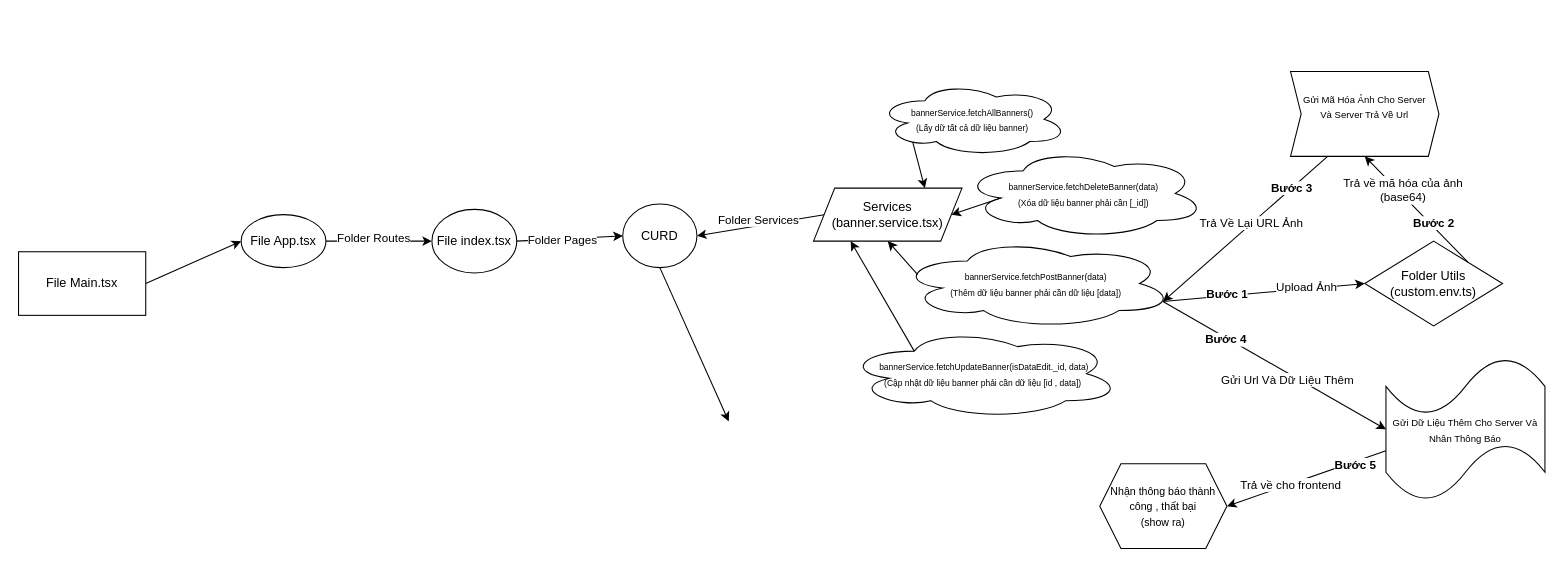
This is Biểu đồ không có tiêu đề.drawio from QuocHuy03/Electronic-Components, a draw.io file, before an edit. Source tidied: cells renumbered, new cells numbered last; positions are measured from the earlier drawing's top-left corner, leaving out a move shared by most shapes. Both pictures are drawn from the tidied source at 106%, with x=0, y=0 at pixel (18, 71).
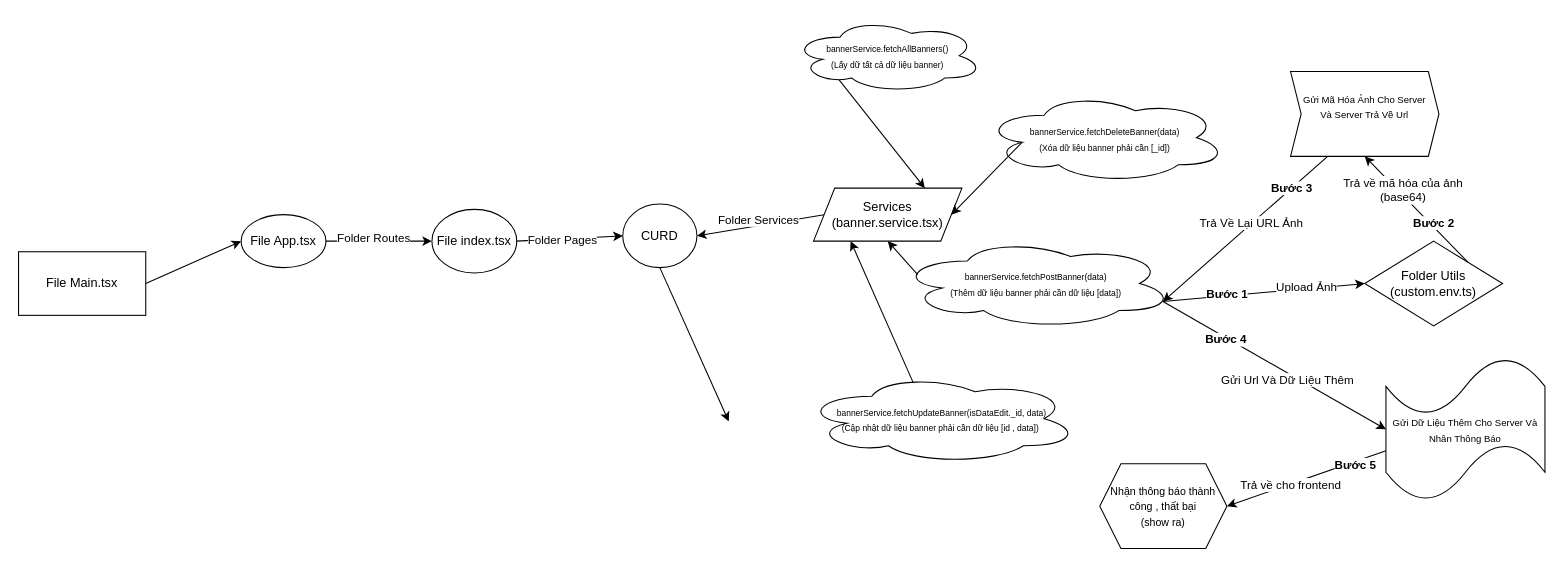
The same page after the edit.

Commit message (it also covers changes not shown here):
Cập nhật Biểu đồ không có tiêu đề.drawio

Unchanged cells that the change refers to:
```xml
<mxCell id="13" value="Services&lt;br&gt;(banner.service.tsx)" style="shape=parallelogram;perimeter=parallelogramPerimeter;whiteSpace=wrap;html=1;fixedSize=1;" parent="1" vertex="1">
  <mxGeometry x="750" y="110" width="140" height="50" as="geometry" />
</mxCell>
```

Change to the diagram source:
```diff
@@
     <mxCell id="15" value="&lt;font style=&quot;font-size: 8px;&quot;&gt;bannerService.fetchAllBanners()&lt;br&gt;(Lấy dữ tất cả dữ liệu banner)&lt;br&gt;&lt;/font&gt;" style="ellipse;shape=cloud;whiteSpace=wrap;html=1;" parent="1" vertex="1">
-      <mxGeometry x="810" y="10" width="180" height="70" as="geometry" />
+      <mxGeometry x="730" y="-50" width="180" height="70" as="geometry" />
     </mxCell>
     <mxCell id="16" value="&lt;font style=&quot;font-size: 8px;&quot;&gt;bannerService.fetchDeleteBanner(data)&lt;br&gt;(Xóa dữ liệu banner phải cần [_id])&lt;br&gt;&lt;/font&gt;" style="ellipse;shape=cloud;whiteSpace=wrap;html=1;" parent="1" vertex="1">
-      <mxGeometry x="890" y="72.5" width="230" height="85" as="geometry" />
+      <mxGeometry x="910" y="20" width="230" height="85" as="geometry" />
     </mxCell>
@@
     <mxCell id="20" value="&lt;font style=&quot;font-size: 8px;&quot;&gt;&amp;nbsp;bannerService.fetchUpdateBanner(isDataEdit._id, data)&lt;br&gt;(Cập nhật dữ liệu banner phải cần dữ liệu [id , data])&lt;br&gt;&lt;/font&gt;" style="ellipse;shape=cloud;whiteSpace=wrap;html=1;" parent="1" vertex="1">
-      <mxGeometry x="780" y="242.5" width="260" height="85" as="geometry" />
+      <mxGeometry x="740" y="285" width="260" height="85" as="geometry" />
     </mxCell>
-    <mxCell id="21" style="endArrow=classic;html=1;rounded=0;entryX=0.25;entryY=1;entryDx=0;entryDy=0;exitX=0.25;exitY=0.25;exitDx=0;exitDy=0;exitPerimeter=0;" parent="1" edge="1" source="20" target="13">
+    <mxCell id="21" style="endArrow=classic;html=1;rounded=0;entryX=0.25;entryY=1;entryDx=0;entryDy=0;exitX=0.4;exitY=0.1;exitDx=0;exitDy=0;exitPerimeter=0;" parent="1" edge="1" source="20" target="13">
       <mxGeometry relative="1" as="geometry" />
     </mxCell>
```
